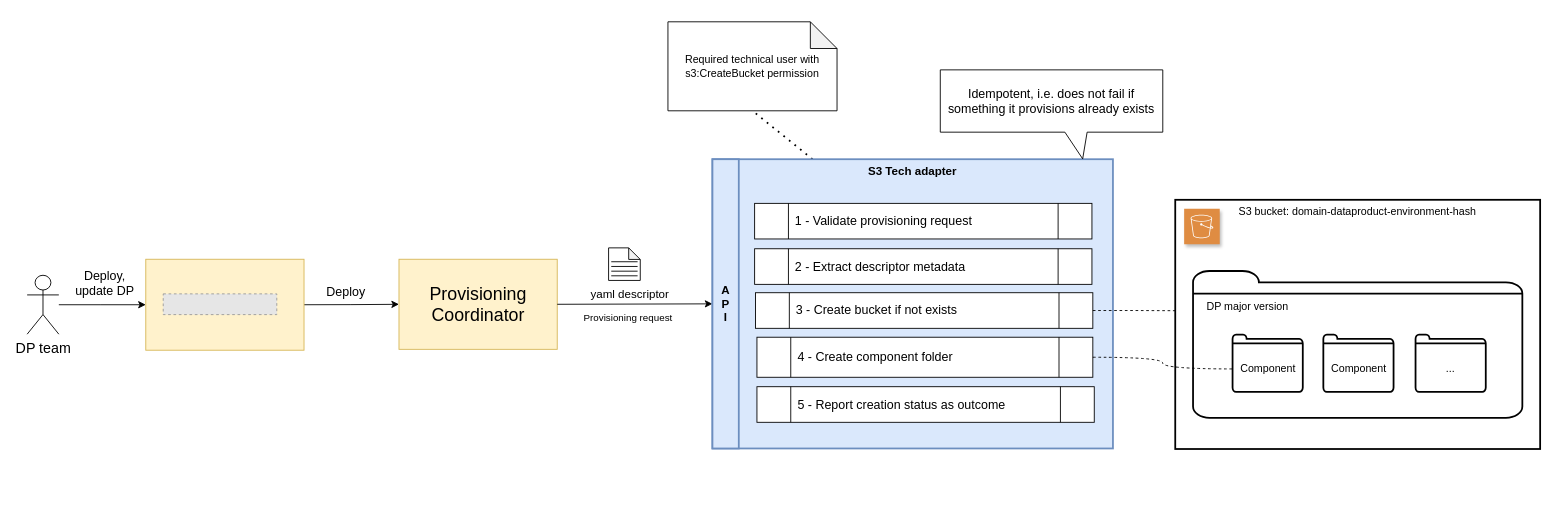
Before: page "S3 bucket - provisioning" (1 of 2) of docs/HLD.drawio in agile-lab-dev/witboost-aws-s3-tech-adapter, a draw.io diagram. Source tidied: cells renumbered, new cells numbered last; positions are measured from the earlier drawing's top-left corner, leaving out a move shared by most shapes. Both pictures are drawn from the tidied source at 89%, with x=0, y=0 at pixel (27, 21). Pictures stored in the file or linked from it are replaced by grey dashed boxes.
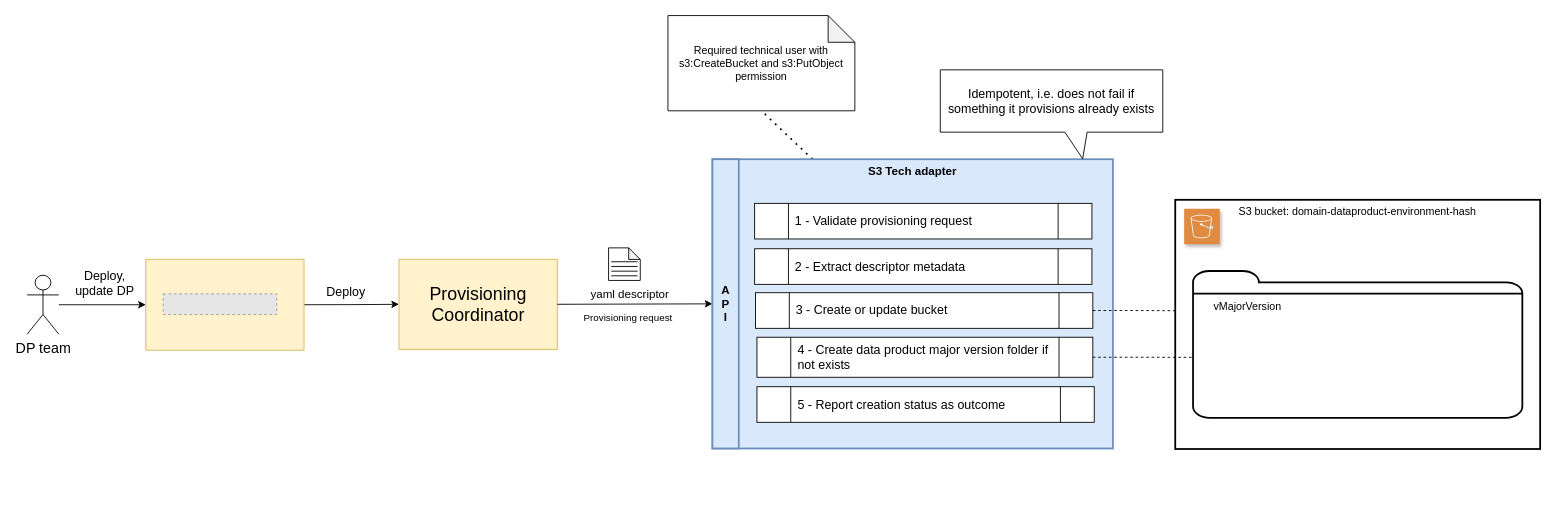
Above is the later version.

The change refers to these unchanged cells:
```xml
<mxCell id="26" style="group;" parent="25" vertex="1">
  <mxGeometry y="65.4" width="450" height="430" as="geometry" />
</mxCell>
<mxCell id="35" style="group;" parent="1" vertex="1">
  <mxGeometry x="1310" y="280" width="370" height="165" as="geometry" />
</mxCell>
```

Diff of the diagram source:
```diff
@@
-    <mxCell id="3" value="Required technical user with s3:CreateBucket permission" style="shape=note;whiteSpace=wrap;html=1;backgroundOutline=1;darkOpacity=0.05;" parent="1" vertex="1">
-      <mxGeometry x="720" width="190" height="100" as="geometry" />
+    <mxCell id="3" value="Required technical user with s3:CreateBucket and s3:PutObject permission" style="shape=note;whiteSpace=wrap;html=1;backgroundOutline=1;darkOpacity=0.05;" parent="1" vertex="1">
+      <mxGeometry x="720" y="-7" width="210" height="107" as="geometry" />
     </mxCell>
@@
-    <mxCell id="30" value="4 - Create component folder" style="shape=process;whiteSpace=wrap;html=1;backgroundOutline=1;align=left;fontSize=14;spacingLeft=6;" parent="26" vertex="1">
+    <mxCell id="30" value="4 - Create data product major version folder if not exists" style="shape=process;whiteSpace=wrap;html=1;backgroundOutline=1;align=left;fontSize=14;spacingLeft=6;" parent="26" vertex="1">
       <mxGeometry x="50" y="235" width="377.4" height="45" as="geometry" />
     </mxCell>
-    <mxCell id="31" value="3 - Create bucket if not exists" style="shape=process;whiteSpace=wrap;html=1;backgroundOutline=1;align=left;fontSize=14;spacingLeft=6;" parent="26" vertex="1">
+    <mxCell id="31" value="3 - Create or update bucket" style="shape=process;whiteSpace=wrap;html=1;backgroundOutline=1;align=left;fontSize=14;spacingLeft=6;" parent="26" vertex="1">
       <mxGeometry x="48.4" y="185" width="379" height="40" as="geometry" />
     </mxCell>
@@
-    <mxCell id="37" value="DP major version" style="text;html=1;align=center;verticalAlign=middle;whiteSpace=wrap;rounded=0;" parent="35" vertex="1">
+    <mxCell id="37" value="vMajorVersion" style="text;html=1;align=center;verticalAlign=middle;whiteSpace=wrap;rounded=0;" parent="35" vertex="1">
       <mxGeometry y="26.8" width="123.3" height="26.8" as="geometry" />
     </mxCell>
-    <mxCell id="38" style="group;" parent="35" vertex="1">
-      <mxGeometry x="44.4" y="71.4" width="78.9" height="64.5" as="geometry" />
-    </mxCell>
-    <mxCell id="39" style="html=1;verticalLabelPosition=bottom;align=center;labelBackgroundColor=#ffffff;verticalAlign=top;strokeWidth=2;strokeColor=#000000;shadow=0;dashed=0;shape=mxgraph.ios7.icons.folder;" parent="38" vertex="1">
-      <mxGeometry width="78.9" height="64.5" as="geometry" />
-    </mxCell>
-    <mxCell id="40" value="Component" style="text;html=1;align=center;verticalAlign=middle;whiteSpace=wrap;rounded=0;" parent="38" vertex="1">
-      <mxGeometry x="26.1" y="29.5" width="26.6" height="17.7" as="geometry" />
-    </mxCell>
-    <mxCell id="41" style="group;" parent="38" vertex="1">
-      <mxGeometry x="102" width="78.9" height="64.5" as="geometry" />
-    </mxCell>
-    <mxCell id="42" style="html=1;verticalLabelPosition=bottom;align=center;labelBackgroundColor=#ffffff;verticalAlign=top;strokeWidth=2;strokeColor=#000000;shadow=0;dashed=0;shape=mxgraph.ios7.icons.folder;" parent="41" vertex="1">
-      <mxGeometry width="78.9" height="64.5" as="geometry" />
-    </mxCell>
-    <mxCell id="43" value="Component" style="text;html=1;align=center;verticalAlign=middle;whiteSpace=wrap;rounded=0;" parent="41" vertex="1">
-      <mxGeometry x="26.1" y="29.5" width="26.6" height="17.7" as="geometry" />
-    </mxCell>
-    <mxCell id="44" style="group;" parent="35" vertex="1">
-      <mxGeometry x="250" y="71.4" width="78.9" height="64.5" as="geometry" />
-    </mxCell>
-    <mxCell id="45" style="html=1;verticalLabelPosition=bottom;align=center;labelBackgroundColor=#ffffff;verticalAlign=top;strokeWidth=2;strokeColor=#000000;shadow=0;dashed=0;shape=mxgraph.ios7.icons.folder;" parent="44" vertex="1">
-      <mxGeometry width="78.9" height="64.5" as="geometry" />
-    </mxCell>
-    <mxCell id="46" value="..." style="text;html=1;align=center;verticalAlign=middle;whiteSpace=wrap;rounded=0;" parent="44" vertex="1">
-      <mxGeometry x="26.1" y="29.5" width="26.6" height="17.7" as="geometry" />
-    </mxCell>
@@
-    <mxCell id="48" style="edgeStyle=orthogonalEdgeStyle;rounded=0;jettySize=auto;html=1;entryX=0.011;entryY=0.599;entryDx=0;entryDy=0;entryPerimeter=0;endArrow=none;endFill=0;dashed=1;curved=1;" parent="1" edge="1" source="30" target="39">
-      <mxGeometry relative="1" as="geometry" />
-    </mxCell>
@@
+    <mxCell id="50" style="edgeStyle=orthogonalEdgeStyle;rounded=0;jettySize=auto;html=1;endArrow=none;startFill=0;dashed=1;" parent="1" edge="1" source="30">
+      <mxGeometry relative="1" as="geometry">
+        <mxPoint x="1310" y="377" as="targetPoint" />
+      </mxGeometry>
+    </mxCell>
```
